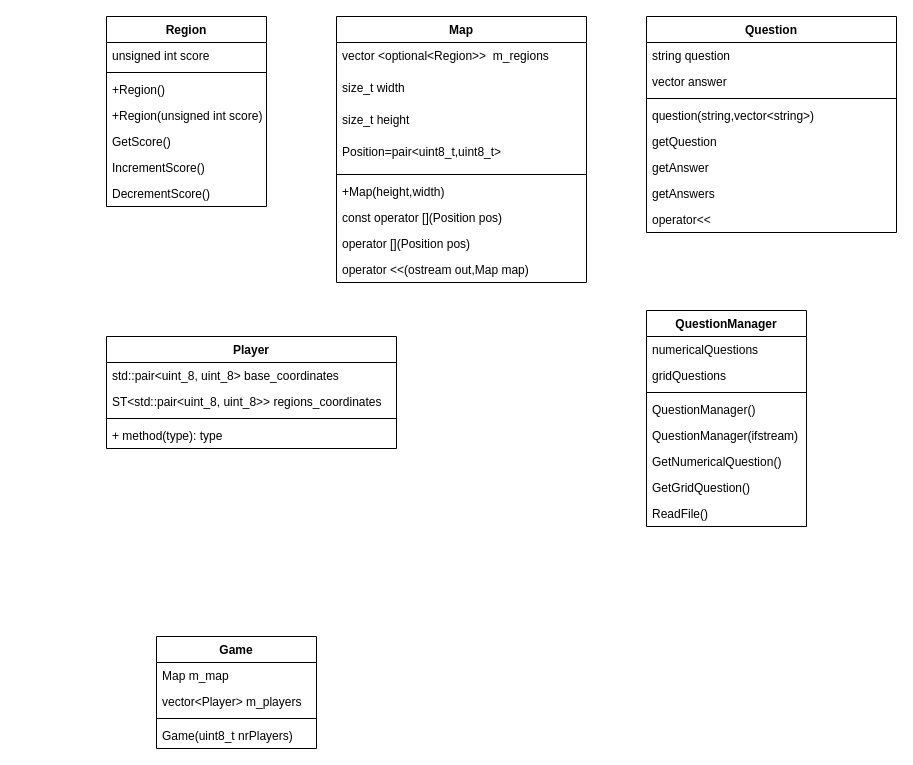
This is project/2_useful_informations/ProiectTriviador.drawio from NSS-14/ProjectModernCpp, a draw.io file, before an edit. Source tidied: cells renumbered, new cells numbered last; positions are measured from the earlier drawing's top-left corner, leaving out a move shared by most shapes. Both pictures are drawn from the tidied source at 100%, with x=0, y=0 at pixel (106, 16).
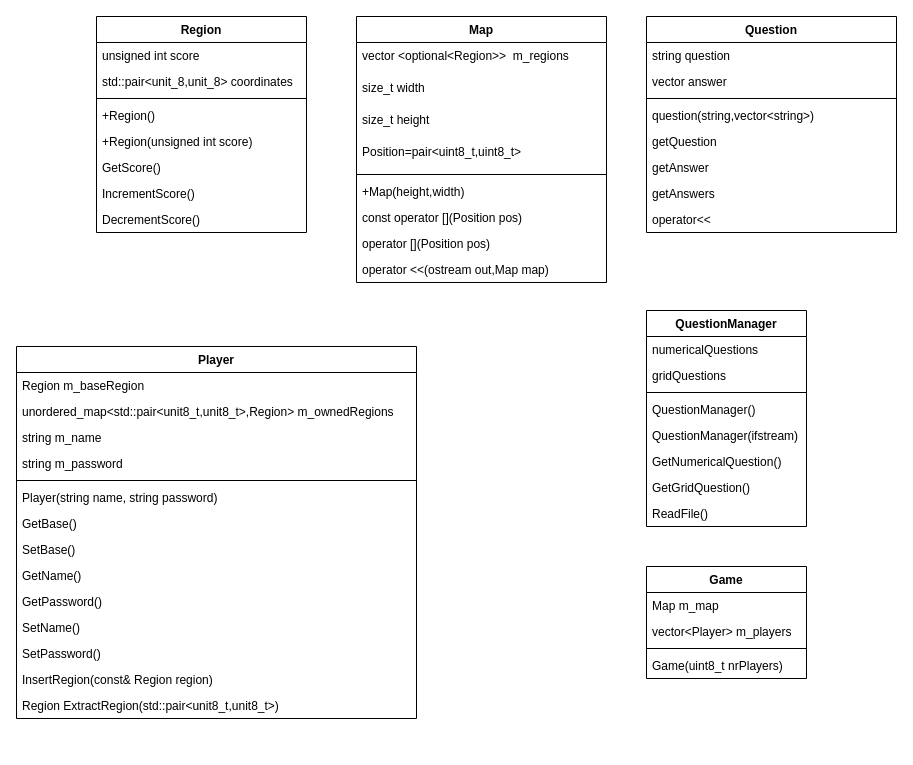
The same page after the edit.

Commit message (it also covers changes not shown here):
am modificat diagrama uml si am modificat clasa Region

The edit, as a diff of the source:
```diff
@@
     <mxCell id="2" value="Region" style="swimlane;fontStyle=1;align=center;verticalAlign=top;horizontal=1;startSize=26;" parent="1" vertex="1">
-      <mxGeometry width="160" height="190" as="geometry" />
+      <mxGeometry x="-10" width="210" height="216" as="geometry" />
     </mxCell>
+    <mxCell id="48" value="unsigned int score" style="text;strokeColor=none;fillColor=none;align=left;verticalAlign=top;spacingLeft=4;spacingRight=4;overflow=hidden;" parent="2" vertex="1">
+      <mxGeometry y="26" width="210" height="26" as="geometry" />
+    </mxCell>
-    <mxCell id="3" value="unsigned int score" style="text;strokeColor=none;fillColor=none;align=left;verticalAlign=top;spacingLeft=4;spacingRight=4;overflow=hidden;" parent="2" vertex="1">
-      <mxGeometry y="26" width="160" height="26" as="geometry" />
+    <mxCell id="3" value="std::pair&lt;unit_8,unit_8&gt; coordinates" style="text;strokeColor=none;fillColor=none;align=left;verticalAlign=top;spacingLeft=4;spacingRight=4;overflow=hidden;" parent="2" vertex="1">
+      <mxGeometry y="52" width="210" height="26" as="geometry" />
     </mxCell>
     <mxCell id="4" style="line;strokeWidth=1;fillColor=none;align=left;verticalAlign=middle;spacingTop=-1;spacingLeft=3;spacingRight=3;labelPosition=right;strokeColor=inherit;" parent="2" vertex="1">
-      <mxGeometry y="52" width="160" height="8" as="geometry" />
+      <mxGeometry y="78" width="210" height="8" as="geometry" />
     </mxCell>
     <mxCell id="5" value="+Region()&#10;" style="text;strokeColor=none;fillColor=none;align=left;verticalAlign=top;spacingLeft=4;spacingRight=4;overflow=hidden;" parent="2" vertex="1">
-      <mxGeometry y="60" width="160" height="26" as="geometry" />
+      <mxGeometry y="86" width="210" height="26" as="geometry" />
     </mxCell>
     <mxCell id="6" value="+Region(unsigned int score)&#10;" style="text;strokeColor=none;fillColor=none;align=left;verticalAlign=top;spacingLeft=4;spacingRight=4;overflow=hidden;" parent="2" vertex="1">
-      <mxGeometry y="86" width="160" height="26" as="geometry" />
+      <mxGeometry y="112" width="210" height="26" as="geometry" />
     </mxCell>
     <mxCell id="7" value="GetScore()" style="text;strokeColor=none;fillColor=none;align=left;verticalAlign=top;spacingLeft=4;spacingRight=4;overflow=hidden;" parent="2" vertex="1">
-      <mxGeometry y="112" width="160" height="26" as="geometry" />
+      <mxGeometry y="138" width="210" height="26" as="geometry" />
     </mxCell>
     <mxCell id="8" value="IncrementScore()" style="text;strokeColor=none;fillColor=none;align=left;verticalAlign=top;spacingLeft=4;spacingRight=4;overflow=hidden;" parent="2" vertex="1">
-      <mxGeometry y="138" width="160" height="26" as="geometry" />
+      <mxGeometry y="164" width="210" height="26" as="geometry" />
     </mxCell>
     <mxCell id="9" value="DecrementScore()" style="text;strokeColor=none;fillColor=none;align=left;verticalAlign=top;spacingLeft=4;spacingRight=4;overflow=hidden;" parent="2" vertex="1">
-      <mxGeometry y="164" width="160" height="26" as="geometry" />
+      <mxGeometry y="190" width="210" height="26" as="geometry" />
     </mxCell>
     <mxCell id="10" value="Map" style="swimlane;fontStyle=1;align=center;verticalAlign=top;horizontal=1;startSize=26;" parent="1" vertex="1">
-      <mxGeometry x="230" width="250" height="266" as="geometry" />
+      <mxGeometry x="250" width="250" height="266" as="geometry" />
     </mxCell>
@@
     <mxCell id="20" value="Game" style="swimlane;fontStyle=1;align=center;verticalAlign=top;horizontal=1;startSize=26;" parent="1" vertex="1">
-      <mxGeometry x="50" y="620" width="160" height="112" as="geometry" />
+      <mxGeometry x="540" y="550" width="160" height="112" as="geometry" />
     </mxCell>
@@
     <mxCell id="43" value="Player" style="swimlane;fontStyle=1;align=center;verticalAlign=top;horizontal=1;startSize=26;" parent="1" vertex="1">
-      <mxGeometry y="320" width="290" height="112" as="geometry" />
+      <mxGeometry x="-90" y="330" width="400" height="372" as="geometry" />
     </mxCell>
-    <mxCell id="44" value="std::pair&lt;uint_8, uint_8&gt; base_coordinates" style="text;strokeColor=none;fillColor=none;align=left;verticalAlign=top;spacingLeft=4;spacingRight=4;overflow=hidden;" parent="43" vertex="1">
-      <mxGeometry y="26" width="290" height="26" as="geometry" />
+    <mxCell id="44" value="Region m_baseRegion" style="text;strokeColor=none;fillColor=none;align=left;verticalAlign=top;spacingLeft=4;spacingRight=4;overflow=hidden;" parent="43" vertex="1">
+      <mxGeometry y="26" width="400" height="26" as="geometry" />
     </mxCell>
-    <mxCell id="45" value="ST&lt;std::pair&lt;uint_8, uint_8&gt;&gt; regions_coordinates" style="text;strokeColor=none;fillColor=none;align=left;verticalAlign=top;spacingLeft=4;spacingRight=4;overflow=hidden;" parent="43" vertex="1">
-      <mxGeometry y="52" width="290" height="26" as="geometry" />
+    <mxCell id="45" value="unordered_map&lt;std::pair&lt;unit8_t,unit8_t&gt;,Region&gt; m_ownedRegions" style="text;strokeColor=none;fillColor=none;align=left;verticalAlign=top;spacingLeft=4;spacingRight=4;overflow=hidden;" parent="43" vertex="1">
+      <mxGeometry y="52" width="400" height="26" as="geometry" />
     </mxCell>
+    <mxCell id="49" value="string m_name" style="text;strokeColor=none;fillColor=none;align=left;verticalAlign=top;spacingLeft=4;spacingRight=4;overflow=hidden;" parent="43" vertex="1">
+      <mxGeometry y="78" width="400" height="26" as="geometry" />
+    </mxCell>
+    <mxCell id="50" value="string m_password" style="text;strokeColor=none;fillColor=none;align=left;verticalAlign=top;spacingLeft=4;spacingRight=4;overflow=hidden;" parent="43" vertex="1">
+      <mxGeometry y="104" width="400" height="26" as="geometry" />
+    </mxCell>
     <mxCell id="46" style="line;strokeWidth=1;fillColor=none;align=left;verticalAlign=middle;spacingTop=-1;spacingLeft=3;spacingRight=3;labelPosition=right;strokeColor=inherit;" parent="43" vertex="1">
-      <mxGeometry y="78" width="290" height="8" as="geometry" />
+      <mxGeometry y="130" width="400" height="8" as="geometry" />
     </mxCell>
-    <mxCell id="47" value="+ method(type): type" style="text;strokeColor=none;fillColor=none;align=left;verticalAlign=top;spacingLeft=4;spacingRight=4;overflow=hidden;" parent="43" vertex="1">
-      <mxGeometry y="86" width="290" height="26" as="geometry" />
+    <mxCell id="47" value="Player(string name, string password)" style="text;strokeColor=none;fillColor=none;align=left;verticalAlign=top;spacingLeft=4;spacingRight=4;overflow=hidden;" parent="43" vertex="1">
+      <mxGeometry y="138" width="400" height="26" as="geometry" />
     </mxCell>
+    <mxCell id="51" value="GetBase()" style="text;strokeColor=none;fillColor=none;align=left;verticalAlign=top;spacingLeft=4;spacingRight=4;overflow=hidden;" parent="43" vertex="1">
+      <mxGeometry y="164" width="400" height="26" as="geometry" />
+    </mxCell>
+    <mxCell id="52" value="SetBase()" style="text;strokeColor=none;fillColor=none;align=left;verticalAlign=top;spacingLeft=4;spacingRight=4;overflow=hidden;" parent="43" vertex="1">
+      <mxGeometry y="190" width="400" height="26" as="geometry" />
+    </mxCell>
+    <mxCell id="53" value="GetName()" style="text;strokeColor=none;fillColor=none;align=left;verticalAlign=top;spacingLeft=4;spacingRight=4;overflow=hidden;" parent="43" vertex="1">
+      <mxGeometry y="216" width="400" height="26" as="geometry" />
+    </mxCell>
+    <mxCell id="54" value="GetPassword()" style="text;strokeColor=none;fillColor=none;align=left;verticalAlign=top;spacingLeft=4;spacingRight=4;overflow=hidden;" parent="43" vertex="1">
+      <mxGeometry y="242" width="400" height="26" as="geometry" />
+    </mxCell>
+    <mxCell id="55" value="SetName()" style="text;strokeColor=none;fillColor=none;align=left;verticalAlign=top;spacingLeft=4;spacingRight=4;overflow=hidden;" parent="43" vertex="1">
+      <mxGeometry y="268" width="400" height="26" as="geometry" />
+    </mxCell>
+    <mxCell id="56" value="SetPassword()" style="text;strokeColor=none;fillColor=none;align=left;verticalAlign=top;spacingLeft=4;spacingRight=4;overflow=hidden;" parent="43" vertex="1">
+      <mxGeometry y="294" width="400" height="26" as="geometry" />
+    </mxCell>
+    <mxCell id="57" value="InsertRegion(const&amp; Region region)" style="text;strokeColor=none;fillColor=none;align=left;verticalAlign=top;spacingLeft=4;spacingRight=4;overflow=hidden;" parent="43" vertex="1">
+      <mxGeometry y="320" width="400" height="26" as="geometry" />
+    </mxCell>
+    <mxCell id="58" value="Region ExtractRegion(std::pair&lt;unit8_t,unit8_t&gt;)" style="text;strokeColor=none;fillColor=none;align=left;verticalAlign=top;spacingLeft=4;spacingRight=4;overflow=hidden;" parent="43" vertex="1">
+      <mxGeometry y="346" width="400" height="26" as="geometry" />
+    </mxCell>
```
